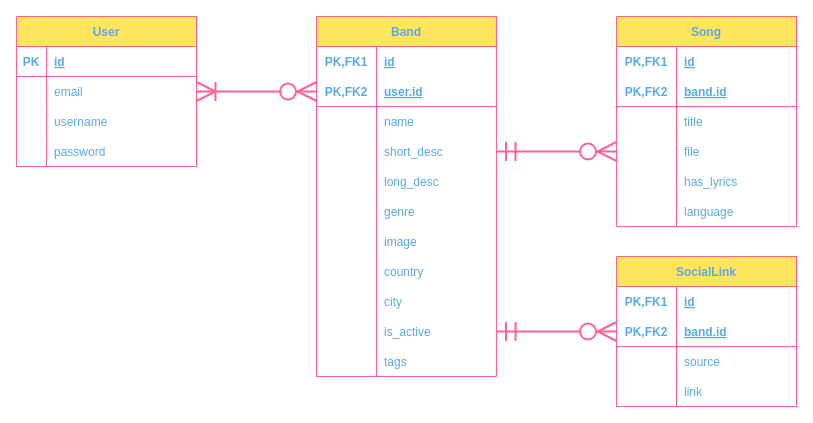
The draw.io diagram UML/ERD.drawio in Gruszecki/garage.online, before the edit. Source tidied: cells renumbered, new cells numbered last; positions are measured from the earlier drawing's top-left corner, leaving out a move shared by most shapes. Both pictures are drawn from the tidied source at 100%, with x=0, y=0 at pixel (16, 16).
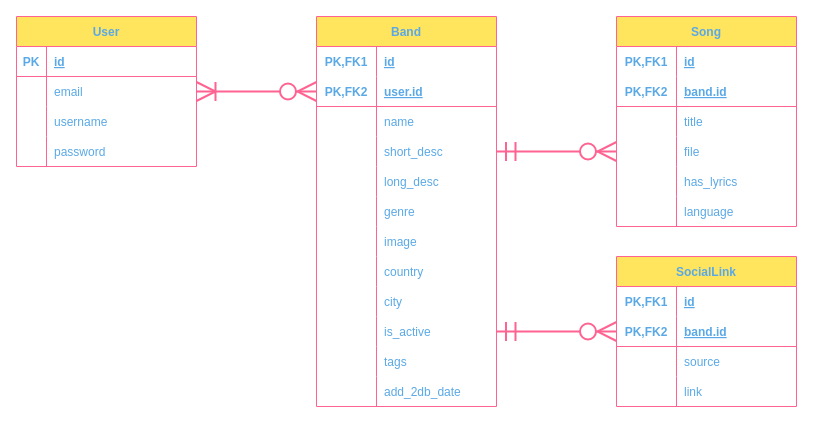
The same page after the edit.

The edit, as a diff of the source:
```diff
@@
     <mxCell id="49" value="Band" style="shape=table;startSize=30;childLayout=tableLayout;rowLines=0;fontStyle=1;align=center;rounded=0;sketch=0;fontColor=#5AA9E6;strokeColor=#FF6392;fillColor=#FFE45E;" parent="1" vertex="1">
-      <mxGeometry x="300" width="180" height="360" as="geometry" />
+      <mxGeometry x="300" width="180" height="390" as="geometry" />
     </mxCell>
@@
+    <mxCell id="84" style="shape=partialRectangle;fillColor=none;top=0;left=0;bottom=0;right=0;rounded=0;sketch=0;fontColor=#5AA9E6;strokeColor=#FF6392;" parent="49" vertex="1">
+      <mxGeometry y="360" width="180" height="30" as="geometry" />
+    </mxCell>
+    <mxCell id="85" style="shape=partialRectangle;fillColor=none;top=0;left=0;bottom=0;right=0;overflow=hidden;rounded=0;sketch=0;fontColor=#5AA9E6;strokeColor=#FF6392;" parent="84" vertex="1">
+      <mxGeometry width="60" height="30" as="geometry" />
+    </mxCell>
+    <mxCell id="86" value="add_2db_date" style="shape=partialRectangle;fillColor=none;top=0;left=0;bottom=0;right=0;align=left;spacingLeft=6;overflow=hidden;rounded=0;sketch=0;fontColor=#5AA9E6;strokeColor=#FF6392;" parent="84" vertex="1">
+      <mxGeometry x="60" width="120" height="30" as="geometry" />
+    </mxCell>
```
